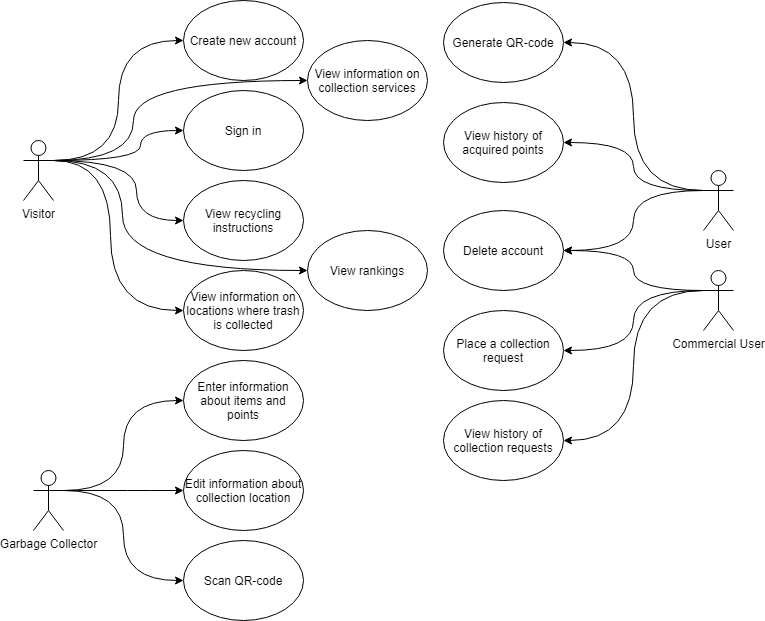
Earlier version of the draw.io export docs/Diagrams/Use case diagram .png (YuriyLisovskiy/EasyRecycle). Source tidied: cells renumbered, new cells last; positions are measured from the earlier drawing's top-left corner, leaving out a move shared by most shapes.
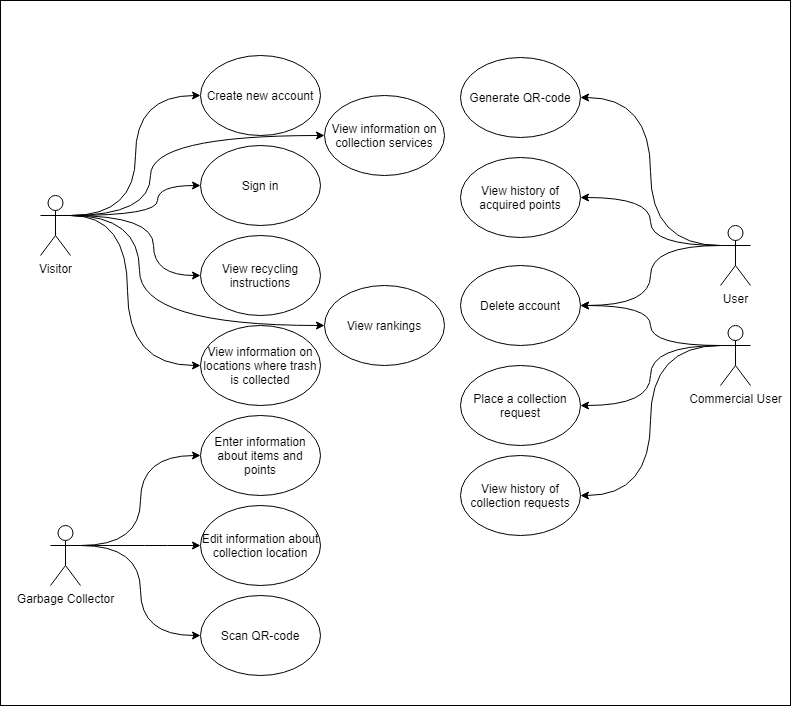
The same file after the commit.

What changed in the source:
```diff
@@ -2,6 +2,9 @@
   <root>
     <mxCell id="0" />
     <mxCell id="1" parent="0" />
+    <mxCell id="35" style="rounded=0;whiteSpace=wrap;html=1;" parent="1" vertex="1">
+      <mxGeometry x="-40" y="-55" width="790" height="705" as="geometry" />
+    </mxCell>
     <mxCell id="2" style="edgeStyle=orthogonalEdgeStyle;jettySize=auto;html=1;exitX=1;exitY=0.3333333333333333;exitDx=0;exitDy=0;exitPerimeter=0;entryX=0;entryY=0.5;entryDx=0;entryDy=0;curved=1;" parent="1" edge="1" source="8" target="21">
       <mxGeometry relative="1" as="geometry">
         <Array as="points">
```
